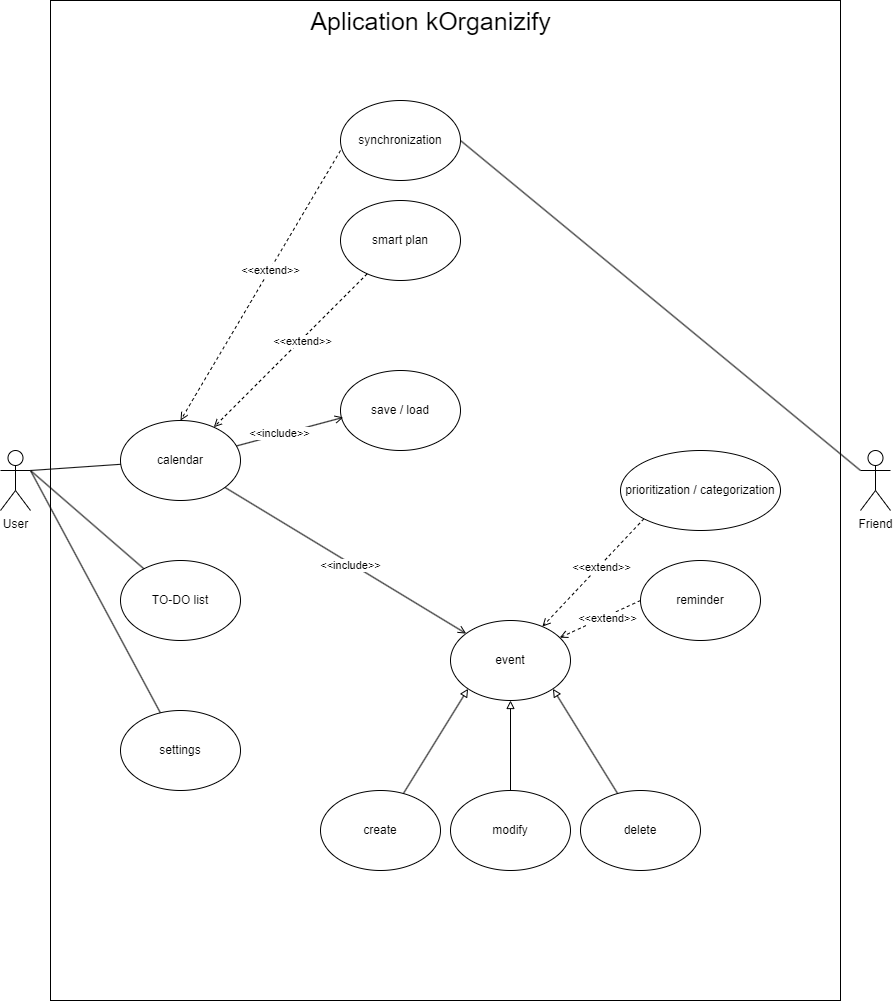
Above: documentation/useCaseDiagram.png in jelisavetagavrilovic/kOrganizify (draw.io), before the change. Source tidied: cells renumbered, new cells last; positions are measured from the earlier drawing's top-left corner, leaving out a move shared by most shapes. Source of this version:
```xml
<mxGraphModel>
  <root>
    <mxCell id="0" />
    <mxCell id="1" parent="0" />
    <mxCell id="2" style="whiteSpace=wrap;html=1;fillColor=none;verticalAlign=middle;labelBackgroundColor=none;" parent="1" vertex="1">
      <mxGeometry x="50" width="790" height="1000" as="geometry" />
    </mxCell>
    <mxCell id="3" value="User" style="shape=umlActor;verticalLabelPosition=bottom;verticalAlign=top;html=1;outlineConnect=0;labelBackgroundColor=none;" parent="1" vertex="1">
      <mxGeometry y="450" width="30" height="60" as="geometry" />
    </mxCell>
    <mxCell id="4" value="TO-DO list" style="ellipse;whiteSpace=wrap;html=1;labelBackgroundColor=none;" parent="1" vertex="1">
      <mxGeometry x="120" y="560" width="120" height="80" as="geometry" />
    </mxCell>
    <mxCell id="5" value="save / load" style="ellipse;whiteSpace=wrap;html=1;labelBackgroundColor=none;" parent="1" vertex="1">
      <mxGeometry x="340" y="370" width="120" height="80" as="geometry" />
    </mxCell>
    <mxCell id="6" value="settings" style="ellipse;whiteSpace=wrap;html=1;labelBackgroundColor=none;" parent="1" vertex="1">
      <mxGeometry x="120" y="710" width="120" height="80" as="geometry" />
    </mxCell>
    <mxCell id="7" value="calendar" style="ellipse;whiteSpace=wrap;html=1;labelBackgroundColor=none;" parent="1" vertex="1">
      <mxGeometry x="120" y="420" width="120" height="80" as="geometry" />
    </mxCell>
    <mxCell id="8" value="event" style="ellipse;whiteSpace=wrap;html=1;labelBackgroundColor=none;" parent="1" vertex="1">
      <mxGeometry x="450" y="620" width="120" height="80" as="geometry" />
    </mxCell>
    <mxCell id="9" value="reminder" style="ellipse;whiteSpace=wrap;html=1;labelBackgroundColor=none;" parent="1" vertex="1">
      <mxGeometry x="640" y="560" width="120" height="80" as="geometry" />
    </mxCell>
    <mxCell id="10" value="prioritization / categorization" style="ellipse;whiteSpace=wrap;html=1;labelBackgroundColor=none;" parent="1" vertex="1">
      <mxGeometry x="620" y="450" width="160" height="80" as="geometry" />
    </mxCell>
    <mxCell id="11" value="synchronization" style="ellipse;whiteSpace=wrap;html=1;labelBackgroundColor=none;" parent="1" vertex="1">
      <mxGeometry x="340" y="100" width="120" height="80" as="geometry" />
    </mxCell>
    <mxCell id="12" value="delete" style="ellipse;whiteSpace=wrap;html=1;labelBackgroundColor=none;" parent="1" vertex="1">
      <mxGeometry x="580" y="790" width="120" height="80" as="geometry" />
    </mxCell>
    <mxCell id="13" value="modify" style="ellipse;whiteSpace=wrap;html=1;labelBackgroundColor=none;" parent="1" vertex="1">
      <mxGeometry x="450" y="790" width="120" height="80" as="geometry" />
    </mxCell>
    <mxCell id="14" value="Friend" style="shape=umlActor;verticalLabelPosition=bottom;verticalAlign=top;html=1;labelBackgroundColor=none;" parent="1" vertex="1">
      <mxGeometry x="860" y="450" width="30" height="60" as="geometry" />
    </mxCell>
    <mxCell id="15" value="Aplication kOrganizify" style="text;html=1;align=center;verticalAlign=middle;strokeColor=none;fillColor=none;fontSize=25;labelBackgroundColor=none;" parent="1" vertex="1">
      <mxGeometry x="300" width="260" height="40" as="geometry" />
    </mxCell>
    <mxCell id="16" value="smart plan" style="ellipse;whiteSpace=wrap;html=1;labelBackgroundColor=none;" parent="1" vertex="1">
      <mxGeometry x="340" y="200" width="120" height="80" as="geometry" />
    </mxCell>
    <mxCell id="17" value="create" style="ellipse;whiteSpace=wrap;html=1;" parent="1" vertex="1">
      <mxGeometry x="320" y="790" width="120" height="80" as="geometry" />
    </mxCell>
    <mxCell id="18" style="endArrow=none;html=1;rounded=0;" parent="1" edge="1" target="7">
      <mxGeometry relative="1" as="geometry">
        <mxPoint x="30" y="470" as="sourcePoint" />
      </mxGeometry>
    </mxCell>
    <mxCell id="19" style="endArrow=none;html=1;rounded=0;" parent="1" edge="1" target="4">
      <mxGeometry relative="1" as="geometry">
        <mxPoint x="30" y="470" as="sourcePoint" />
      </mxGeometry>
    </mxCell>
    <mxCell id="20" style="endArrow=none;html=1;rounded=0;entryX=1;entryY=0.3333333333333333;entryDx=0;entryDy=0;entryPerimeter=0;" parent="1" edge="1" source="6" target="3">
      <mxGeometry relative="1" as="geometry" />
    </mxCell>
    <mxCell id="21" style="endArrow=open;html=1;rounded=0;endFill=0;dashed=1;" parent="1" edge="1" source="16" target="7">
      <mxGeometry relative="1" as="geometry" />
    </mxCell>
    <mxCell id="22" value="&amp;lt;&amp;lt;extend&amp;gt;&amp;gt;" style="edgeLabel;html=1;align=center;verticalAlign=middle;" parent="21" vertex="1">
      <mxGeometry x="-0.14" y="2" relative="1" as="geometry" />
    </mxCell>
    <mxCell id="23" style="endArrow=open;html=1;strokeWidth=1;rounded=0;endFill=0;entryX=0.023;entryY=0.586;entryDx=0;entryDy=0;entryPerimeter=0;" parent="1" edge="1" source="7" target="5">
      <mxGeometry relative="1" as="geometry" />
    </mxCell>
    <mxCell id="24" value="&amp;lt;&amp;lt;include&amp;gt;&amp;gt;" style="edgeLabel;html=1;align=center;verticalAlign=middle;" parent="23" vertex="1">
      <mxGeometry x="-0.2" y="2" relative="1" as="geometry" />
    </mxCell>
    <mxCell id="25" style="endArrow=open;dashed=1;html=1;strokeWidth=1;rounded=0;endFill=0;entryX=0.5;entryY=0;entryDx=0;entryDy=0;" parent="1" edge="1" target="7">
      <mxGeometry relative="1" as="geometry">
        <mxPoint x="340" y="150" as="sourcePoint" />
      </mxGeometry>
    </mxCell>
    <mxCell id="26" value="&amp;lt;&amp;lt;extend&amp;gt;&amp;gt;" style="edgeLabel;html=1;align=center;verticalAlign=middle;" parent="25" vertex="1">
      <mxGeometry x="-0.11" relative="1" as="geometry" />
    </mxCell>
    <mxCell id="27" style="endArrow=open;html=1;rounded=0;endFill=0;" parent="1" edge="1" source="7" target="8">
      <mxGeometry relative="1" as="geometry" />
    </mxCell>
    <mxCell id="28" value="&amp;lt;&amp;lt;include&amp;gt;&amp;gt;" style="edgeLabel;html=1;align=center;verticalAlign=middle;" parent="27" vertex="1">
      <mxGeometry x="0.05" y="-1" relative="1" as="geometry" />
    </mxCell>
    <mxCell id="29" style="endArrow=open;html=1;rounded=0;endFill=0;dashed=1;exitX=0;exitY=1;exitDx=0;exitDy=0;" parent="1" edge="1" source="10" target="8">
      <mxGeometry relative="1" as="geometry" />
    </mxCell>
    <mxCell id="30" value="&amp;lt;&amp;lt;extend&amp;gt;&amp;gt;" style="edgeLabel;html=1;align=center;verticalAlign=middle;" parent="29" vertex="1">
      <mxGeometry x="-0.14" y="2" relative="1" as="geometry" />
    </mxCell>
    <mxCell id="31" style="endArrow=open;html=1;rounded=0;endFill=0;dashed=1;exitX=0;exitY=0.5;exitDx=0;exitDy=0;" parent="1" edge="1" source="9" target="8">
      <mxGeometry relative="1" as="geometry" />
    </mxCell>
    <mxCell id="32" value="&amp;lt;&amp;lt;extend&amp;gt;&amp;gt;" style="edgeLabel;html=1;align=center;verticalAlign=middle;" parent="31" vertex="1">
      <mxGeometry x="-0.14" y="2" relative="1" as="geometry" />
    </mxCell>
    <mxCell id="33" style="endArrow=block;html=1;rounded=0;endFill=0;entryX=0;entryY=1;entryDx=0;entryDy=0;" parent="1" edge="1" source="17" target="8">
      <mxGeometry relative="1" as="geometry" />
    </mxCell>
    <mxCell id="34" style="endArrow=block;html=1;rounded=0;endFill=0;entryX=0.5;entryY=1;entryDx=0;entryDy=0;" parent="1" edge="1" source="13" target="8">
      <mxGeometry relative="1" as="geometry" />
    </mxCell>
    <mxCell id="35" style="endArrow=block;html=1;rounded=0;endFill=0;entryX=1;entryY=1;entryDx=0;entryDy=0;" parent="1" edge="1" source="12" target="8">
      <mxGeometry relative="1" as="geometry" />
    </mxCell>
    <mxCell id="36" style="endArrow=none;html=1;rounded=0;exitX=1;exitY=0.5;exitDx=0;exitDy=0;" parent="1" edge="1" source="11">
      <mxGeometry relative="1" as="geometry">
        <mxPoint x="860" y="470" as="targetPoint" />
      </mxGeometry>
    </mxCell>
  </root>
</mxGraphModel>
```
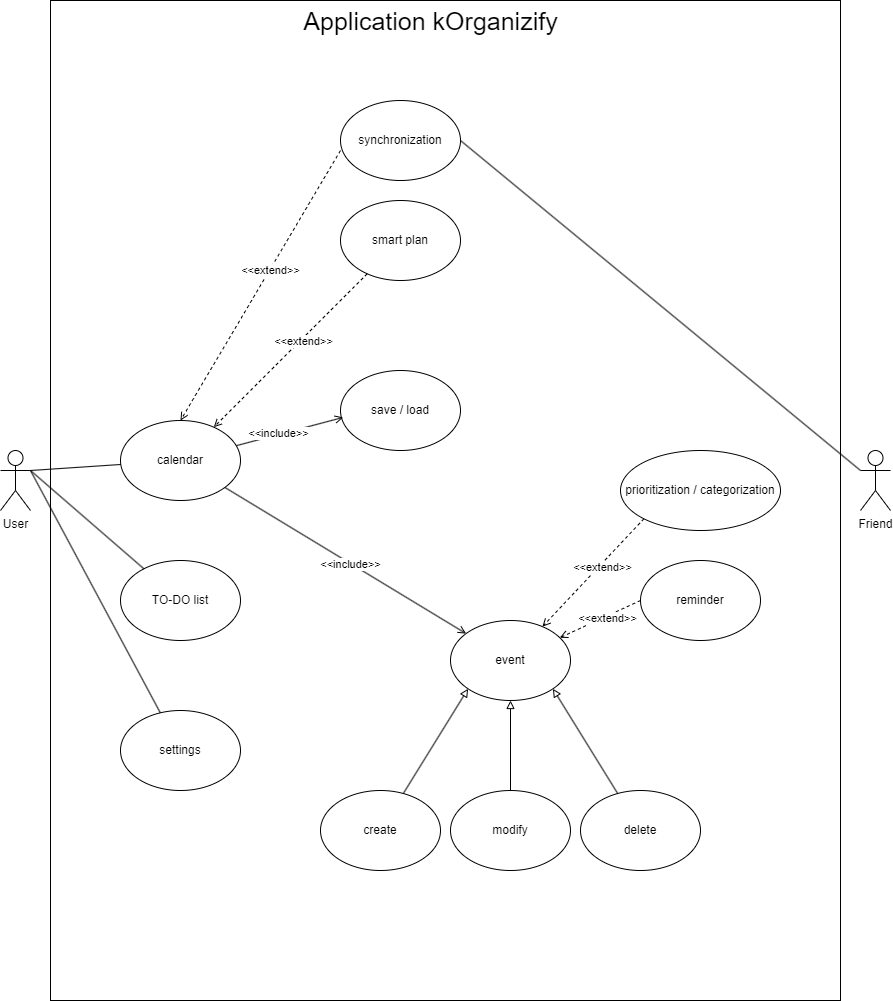
Later version of the same file.

The edit, as a diff of the source:
```diff
@@ -2,7 +2,7 @@
   <root>
     <mxCell id="0" />
     <mxCell id="1" parent="0" />
-    <mxCell id="2" style="whiteSpace=wrap;html=1;fillColor=none;verticalAlign=middle;labelBackgroundColor=none;" parent="1" vertex="1">
+    <mxCell id="2" style="whiteSpace=wrap;html=1;fillColor=default;verticalAlign=middle;labelBackgroundColor=none;" parent="1" vertex="1">
       <mxGeometry x="50" width="790" height="1000" as="geometry" />
     </mxCell>
     <mxCell id="3" value="User" style="shape=umlActor;verticalLabelPosition=bottom;verticalAlign=top;html=1;outlineConnect=0;labelBackgroundColor=none;" parent="1" vertex="1">
@@ -41,8 +41,8 @@
     <mxCell id="14" value="Friend" style="shape=umlActor;verticalLabelPosition=bottom;verticalAlign=top;html=1;labelBackgroundColor=none;" parent="1" vertex="1">
       <mxGeometry x="860" y="450" width="30" height="60" as="geometry" />
     </mxCell>
-    <mxCell id="15" value="Aplication kOrganizify" style="text;html=1;align=center;verticalAlign=middle;strokeColor=none;fillColor=none;fontSize=25;labelBackgroundColor=none;" parent="1" vertex="1">
-      <mxGeometry x="300" width="260" height="40" as="geometry" />
+    <mxCell id="15" value="Application kOrganizify" style="text;html=1;align=center;verticalAlign=middle;strokeColor=none;fillColor=none;fontSize=25;labelBackgroundColor=none;" parent="1" vertex="1">
+      <mxGeometry x="290" width="280" height="40" as="geometry" />
     </mxCell>
     <mxCell id="16" value="smart plan" style="ellipse;whiteSpace=wrap;html=1;labelBackgroundColor=none;" parent="1" vertex="1">
       <mxGeometry x="340" y="200" width="120" height="80" as="geometry" />
```
